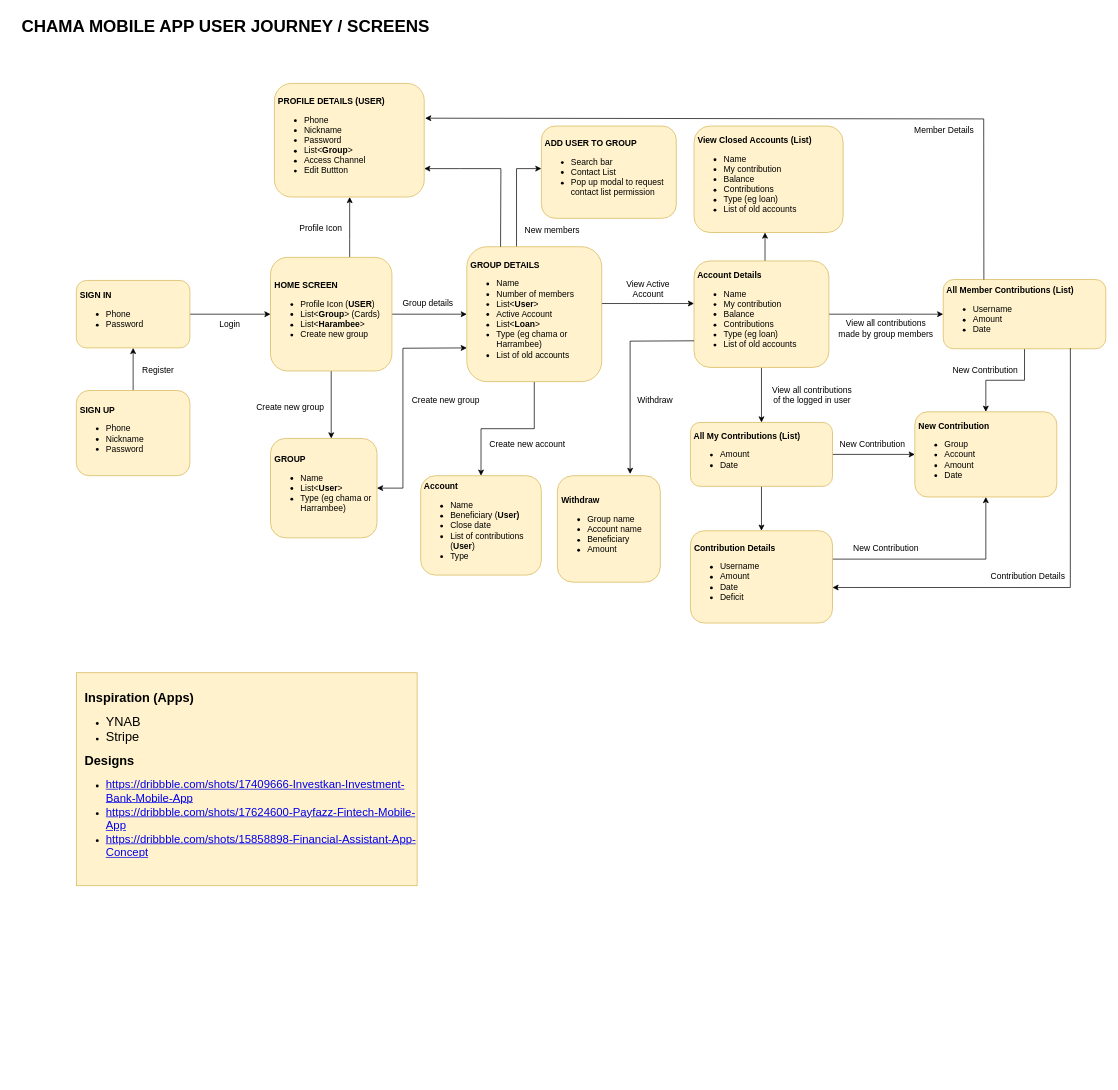
Before: chama-design.drawio in kotikoB/kotikoB, a draw.io diagram. Source tidied: cells renumbered, new cells numbered last; positions are measured from the earlier drawing's top-left corner, leaving out a move shared by most shapes. Both pictures are drawn from the tidied source at 71%, with x=0, y=0 at pixel (12, 12).
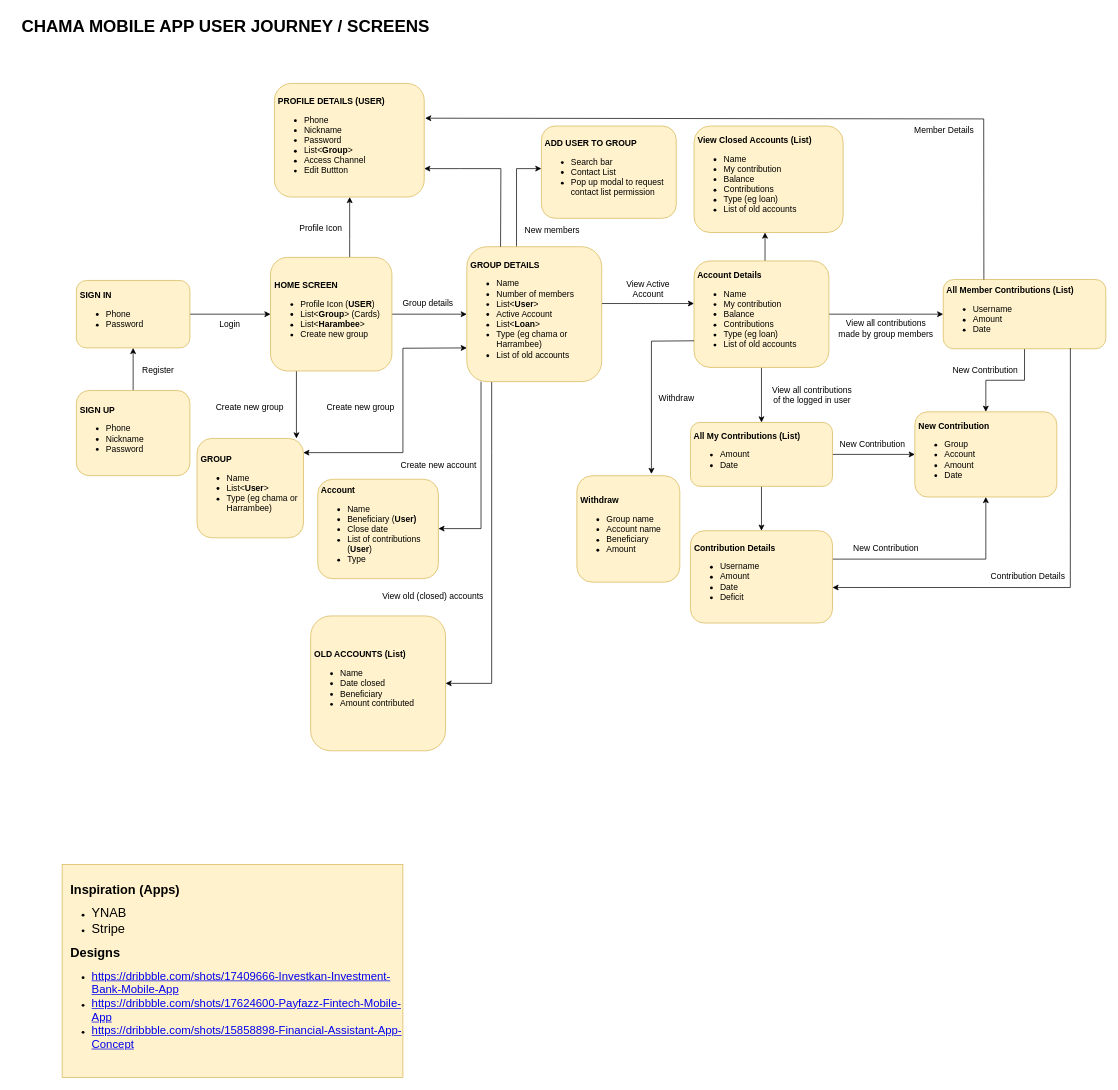
The same page after the edit.

Unchanged cells that the change refers to:
```xml
<mxCell id="8" value="&lt;b&gt;&lt;span style=&quot;white-space: pre;&quot;&gt; &lt;/span&gt;HOME SCREEN&lt;/b&gt;&lt;br&gt;&lt;ul&gt;&lt;li&gt;Profile Icon (&lt;b&gt;USER&lt;/b&gt;)&lt;br&gt;&lt;/li&gt;&lt;li&gt;List&amp;lt;&lt;b&gt;Group&lt;/b&gt;&amp;gt; (Cards)&lt;br&gt;&lt;/li&gt;&lt;li&gt;List&amp;lt;&lt;b&gt;Harambee&lt;/b&gt;&amp;gt;&lt;br&gt;&lt;/li&gt;&lt;li&gt;Create new group&lt;/li&gt;&lt;/ul&gt;" style="whiteSpace=wrap;html=1;align=left;rounded=1;fillColor=#fff2cc;strokeColor=#d6b656;" parent="1" vertex="1">
  <mxGeometry x="363.5" y="345" width="171" height="160" as="geometry" />
</mxCell>
<mxCell id="14" value="&lt;b&gt;&lt;span style=&quot;white-space: pre;&quot;&gt; &lt;/span&gt;GROUP DETAILS&lt;/b&gt;&lt;br&gt;&lt;ul&gt;&lt;li&gt;Name&lt;br&gt;&lt;/li&gt;&lt;li&gt;Number of members&lt;/li&gt;&lt;li&gt;List&amp;lt;&lt;b&gt;User&lt;/b&gt;&amp;gt;&amp;nbsp;&lt;br&gt;&lt;/li&gt;&lt;li&gt;Active Account&lt;br&gt;&lt;/li&gt;&lt;li&gt;List&amp;lt;&lt;b&gt;Loan&lt;/b&gt;&amp;gt;&lt;br&gt;&lt;/li&gt;&lt;li&gt;Type (eg chama or Harrambee)&lt;br&gt;&lt;/li&gt;&lt;li&gt;List of old accounts&lt;/li&gt;&lt;/ul&gt;" style="whiteSpace=wrap;html=1;align=left;rounded=1;fillColor=#fff2cc;strokeColor=#d6b656;" parent="1" vertex="1">
  <mxGeometry x="640" y="330" width="190" height="190" as="geometry" />
</mxCell>
<mxCell id="29" value="&lt;b&gt;&lt;span style=&quot;white-space: pre;&quot;&gt; Account Details&lt;/span&gt;&lt;/b&gt;&lt;br&gt;&lt;ul&gt;&lt;li&gt;Name&lt;br&gt;&lt;/li&gt;&lt;li&gt;My contribution&lt;/li&gt;&lt;li&gt;Balance&lt;/li&gt;&lt;li&gt;Contributions&amp;nbsp;&lt;/li&gt;&lt;li&gt;Type (eg loan)&lt;br&gt;&lt;/li&gt;&lt;li&gt;List of old accounts&lt;/li&gt;&lt;/ul&gt;" style="whiteSpace=wrap;html=1;align=left;rounded=1;fillColor=#fff2cc;strokeColor=#d6b656;" parent="1" vertex="1">
  <mxGeometry x="960" y="350" width="190" height="150" as="geometry" />
</mxCell>
```

The edit, as a diff of the source:
```diff
@@
     <mxCell id="6" style="edgeStyle=orthogonalEdgeStyle;rounded=0;jettySize=auto;html=1;fontSize=18;" parent="1" edge="1" source="8" target="16">
       <mxGeometry relative="1" as="geometry">
         <Array as="points">
-          <mxPoint x="440" y="600" />
-          <mxPoint x="440" y="600" />
+          <mxPoint x="400" y="550" />
+          <mxPoint x="400" y="550" />
         </Array>
       </mxGeometry>
     </mxCell>
@@
     <mxCell id="11" style="edgeStyle=orthogonalEdgeStyle;rounded=0;jettySize=auto;html=1;fontSize=18;" parent="1" edge="1" source="14" target="18">
-      <mxGeometry relative="1" as="geometry" />
+      <mxGeometry relative="1" as="geometry">
+        <Array as="points">
+          <mxPoint x="660" y="727" />
+        </Array>
+      </mxGeometry>
     </mxCell>
@@
+    <mxCell id="56" style="edgeStyle=orthogonalEdgeStyle;rounded=0;jettySize=auto;html=1;fontSize=18;" parent="1" edge="1" source="14" target="57">
+      <mxGeometry relative="1" as="geometry">
+        <Array as="points">
+          <mxPoint x="675" y="620" />
+          <mxPoint x="675" y="620" />
+        </Array>
+      </mxGeometry>
+    </mxCell>
@@
     <mxCell id="16" value="&lt;b&gt;&lt;span style=&quot;white-space: pre;&quot;&gt; &lt;/span&gt;GROUP&lt;/b&gt;&lt;br&gt;&lt;ul&gt;&lt;li&gt;Name&lt;br&gt;&lt;/li&gt;&lt;li&gt;List&amp;lt;&lt;b&gt;User&lt;/b&gt;&amp;gt;&amp;nbsp;&lt;/li&gt;&lt;li&gt;Type (eg chama or Harrambee)&lt;br&gt;&lt;/li&gt;&lt;/ul&gt;" style="whiteSpace=wrap;html=1;align=left;rounded=1;fillColor=#fff2cc;strokeColor=#d6b656;" parent="1" vertex="1">
-      <mxGeometry x="363.5" y="600" width="150" height="140" as="geometry" />
+      <mxGeometry x="260" y="600" width="150" height="140" as="geometry" />
     </mxCell>
     <mxCell id="17" value="Create new group" style="text;html=1;align=center;verticalAlign=middle;fillColor=none;strokeColor=none;rounded=0;" parent="1" vertex="1">
-      <mxGeometry x="550" y="530.5" width="120" height="30" as="geometry" />
+      <mxGeometry x="430" y="540.5" width="120" height="30" as="geometry" />
     </mxCell>
     <mxCell id="18" value="&lt;b&gt;&lt;span style=&quot;white-space: pre;&quot;&gt; Account&lt;/span&gt;&lt;/b&gt;&lt;br&gt;&lt;ul&gt;&lt;li&gt;Name&lt;br&gt;&lt;/li&gt;&lt;li&gt;Beneficiary (&lt;b&gt;User)&lt;/b&gt;&amp;nbsp;&lt;/li&gt;&lt;li&gt;Close date&lt;/li&gt;&lt;li&gt;List of contributions (&lt;b&gt;User&lt;/b&gt;)&lt;/li&gt;&lt;li&gt;Type&lt;/li&gt;&lt;/ul&gt;" style="whiteSpace=wrap;html=1;align=left;rounded=1;fillColor=#fff2cc;strokeColor=#d6b656;" parent="1" vertex="1">
-      <mxGeometry x="575" y="652.5" width="170" height="140" as="geometry" />
+      <mxGeometry x="430" y="657.5" width="170" height="140" as="geometry" />
     </mxCell>
     <mxCell id="19" value="Create new account" style="text;html=1;align=center;verticalAlign=middle;fillColor=none;strokeColor=none;rounded=0;" parent="1" vertex="1">
-      <mxGeometry x="660" y="592.5" width="130" height="30" as="geometry" />
+      <mxGeometry x="534.5" y="622.5" width="130" height="30" as="geometry" />
     </mxCell>
@@
-    <mxCell id="30" style="endArrow=classic;startArrow=classic;html=1;rounded=0;fontSize=18;entryX=0;entryY=0.75;entryDx=0;entryDy=0;" parent="1" edge="1" source="16" target="14">
+    <mxCell id="30" style="endArrow=classic;startArrow=classic;html=1;rounded=0;fontSize=18;entryX=0;entryY=0.75;entryDx=0;entryDy=0;exitX=0.998;exitY=0.143;exitDx=0;exitDy=0;exitPerimeter=0;" parent="1" edge="1" source="16" target="14">
       <mxGeometry relative="1" as="geometry">
         <Array as="points">
-          <mxPoint x="550" y="670" />
+          <mxPoint x="550" y="620" />
           <mxPoint x="550" y="473" />
         </Array>
       </mxGeometry>
     </mxCell>
@@
     <mxCell id="51" value="&lt;span style=&quot;&quot;&gt;&lt;b&gt;&lt;font style=&quot;font-size: 18px;&quot;&gt;&lt;span style=&quot;&quot;&gt;&amp;nbsp; Inspiration (Apps)&lt;/span&gt;&lt;br&gt;&lt;/font&gt;&lt;/b&gt;&lt;/span&gt;&lt;ul&gt;&lt;li&gt;&lt;font style=&quot;font-size: 18px;&quot;&gt;YNAB&lt;/font&gt;&lt;/li&gt;&lt;li&gt;&lt;font style=&quot;font-size: 18px;&quot;&gt;Stripe&lt;/font&gt;&lt;/li&gt;&lt;/ul&gt;&lt;div&gt;&lt;font style=&quot;font-size: 18px;&quot;&gt;&amp;nbsp; &lt;b&gt;Designs&lt;/b&gt;&lt;/font&gt;&lt;/div&gt;&lt;div&gt;&lt;ul&gt;&lt;li&gt;&lt;a href=&quot;https://dribbble.com/shots/17409666-Investkan-Investment-Bank-Mobile-App&quot;&gt;&lt;font size=&quot;3&quot;&gt;https://dribbble.com/shots/17409666-Investkan-Investment-Bank-Mobile-App&lt;/font&gt;&lt;/a&gt;&lt;br&gt;&lt;/li&gt;&lt;li&gt;&lt;font size=&quot;3&quot;&gt;&lt;a href=&quot;https://dribbble.com/shots/17624600-Payfazz-Fintech-Mobile-App&quot;&gt;https://dribbble.com/shots/17624600-Payfazz-Fintech-Mobile-App&lt;/a&gt;&lt;/font&gt;&lt;br&gt;&lt;/li&gt;&lt;li&gt;&lt;a href=&quot;https://dribbble.com/shots/15858898-Financial-Assistant-App-Concept&quot;&gt;&lt;font size=&quot;3&quot;&gt;https://dribbble.com/shots/15858898-Financial-Assistant-App-Concept&lt;/font&gt;&lt;/a&gt;&lt;br&gt;&lt;/li&gt;&lt;/ul&gt;&lt;/div&gt;" style="whiteSpace=wrap;html=1;align=left;rounded=1;fillColor=#fff2cc;strokeColor=#d6b656;arcSize=0;" parent="1" vertex="1">
-      <mxGeometry x="90" y="930" width="480" height="300" as="geometry" />
+      <mxGeometry x="70" y="1200" width="480" height="300" as="geometry" />
     </mxCell>
     <mxCell id="52" value="&lt;b&gt;&lt;span style=&quot;white-space: pre;&quot;&gt; Withdraw&lt;/span&gt;&lt;/b&gt;&lt;br&gt;&lt;ul&gt;&lt;li&gt;Group name&lt;/li&gt;&lt;li&gt;Account name&lt;/li&gt;&lt;li&gt;Beneficiary&lt;/li&gt;&lt;li&gt;Amount&lt;/li&gt;&lt;/ul&gt;" style="whiteSpace=wrap;html=1;align=left;rounded=1;fillColor=#fff2cc;strokeColor=#d6b656;" parent="1" vertex="1">
-      <mxGeometry x="767.5" y="652.5" width="145" height="150" as="geometry" />
+      <mxGeometry x="795" y="652.5" width="145" height="150" as="geometry" />
     </mxCell>
     <mxCell id="53" style="endArrow=classic;html=1;rounded=0;fontSize=24;exitX=0;exitY=0.75;exitDx=0;exitDy=0;" parent="1" edge="1" source="29">
       <mxGeometry relative="1" as="geometry">
-        <mxPoint x="870" y="650" as="targetPoint" />
+        <mxPoint x="900" y="650" as="targetPoint" />
         <Array as="points">
-          <mxPoint x="870" y="463" />
+          <mxPoint x="900" y="463" />
         </Array>
       </mxGeometry>
     </mxCell>
     <mxCell id="54" value="Withdraw" style="text;html=1;align=center;verticalAlign=middle;fillColor=none;strokeColor=none;rounded=0;" parent="1" vertex="1">
-      <mxGeometry x="870" y="530.5" width="70" height="30" as="geometry" />
+      <mxGeometry x="900" y="529" width="70" height="30" as="geometry" />
     </mxCell>
     <mxCell id="55" value="Create new group" style="text;html=1;align=center;verticalAlign=middle;fillColor=none;strokeColor=none;rounded=0;" parent="1" vertex="1">
-      <mxGeometry x="331" y="540.5" width="120" height="30" as="geometry" />
+      <mxGeometry x="274" y="540.5" width="120" height="30" as="geometry" />
     </mxCell>
+    <mxCell id="57" value="&lt;b&gt;&lt;span style=&quot;white-space: pre;&quot;&gt; OLD ACCOUNTS (List)&lt;/span&gt;&lt;/b&gt;&lt;br&gt;&lt;ul&gt;&lt;li&gt;Name&lt;br&gt;&lt;/li&gt;&lt;li&gt;Date closed&lt;/li&gt;&lt;li&gt;Beneficiary&lt;/li&gt;&lt;li&gt;Amount contributed&lt;/li&gt;&lt;/ul&gt;" style="whiteSpace=wrap;html=1;align=left;rounded=1;fillColor=#fff2cc;strokeColor=#d6b656;" parent="1" vertex="1">
+      <mxGeometry x="420" y="850" width="190" height="190" as="geometry" />
+    </mxCell>
+    <mxCell id="58" value="View old (closed) accounts" style="text;html=1;align=center;verticalAlign=middle;fillColor=none;strokeColor=none;rounded=0;" parent="1" vertex="1">
+      <mxGeometry x="507" y="807.5" width="170" height="30" as="geometry" />
+    </mxCell>
```
